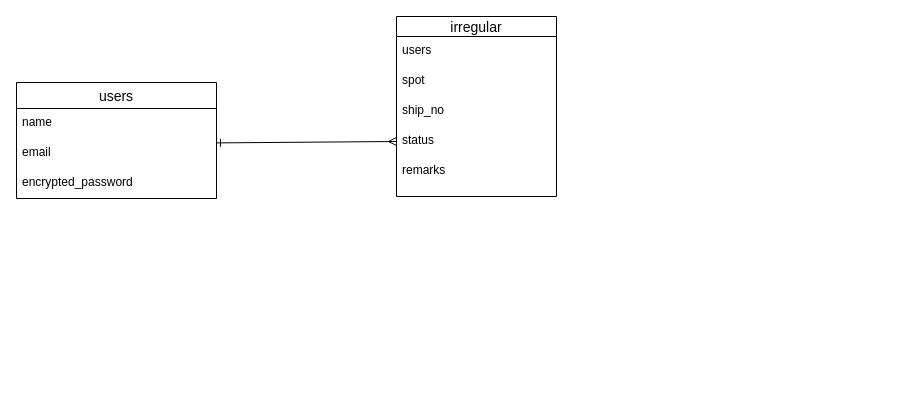
Before: irgl.dio in tsukasakaiko/irgl37303, a draw.io diagram. Source tidied: cells renumbered, new cells numbered last; positions are measured from the earlier drawing's top-left corner, leaving out a move shared by most shapes. Both pictures are drawn from the tidied source at 100%, with x=0, y=0 at pixel (16, 16).
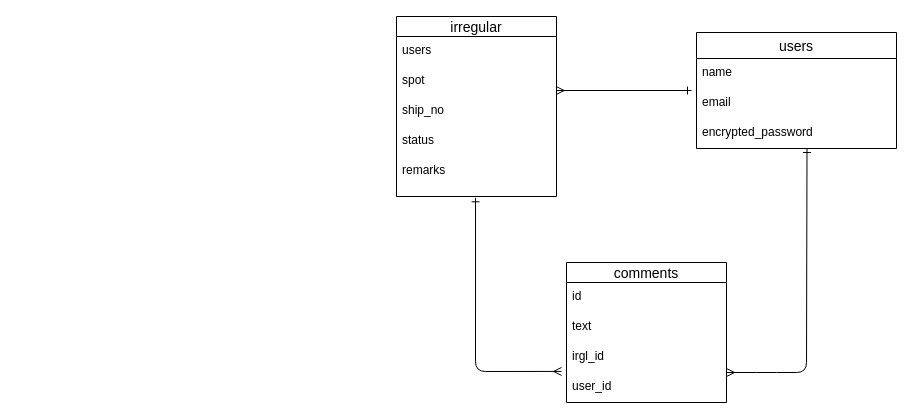
The same page after the edit.

Unchanged cells that the change refers to:
```xml
<mxCell id="4" value="email" style="text;strokeColor=none;fillColor=none;spacingLeft=4;spacingRight=4;overflow=hidden;points=[[0,0.5],[1,0.5]];portConstraint=eastwest;fontSize=12;" parent="2" vertex="1">
  <mxGeometry y="56" width="200" height="30" as="geometry" />
</mxCell>
<mxCell id="8" value="spot" style="text;strokeColor=none;fillColor=none;spacingLeft=4;spacingRight=4;overflow=hidden;points=[[0,0.5],[1,0.5]];portConstraint=eastwest;fontSize=12;" parent="6" vertex="1">
  <mxGeometry y="50" width="160" height="30" as="geometry" />
</mxCell>
<mxCell id="10" value="status" style="text;strokeColor=none;fillColor=none;spacingLeft=4;spacingRight=4;overflow=hidden;points=[[0,0.5],[1,0.5]];portConstraint=eastwest;fontSize=12;" parent="6" vertex="1">
  <mxGeometry y="110" width="160" height="30" as="geometry" />
</mxCell>
<mxCell id="11" value="remarks&#10;" style="text;strokeColor=none;fillColor=none;spacingLeft=4;spacingRight=4;overflow=hidden;points=[[0,0.5],[1,0.5]];portConstraint=eastwest;fontSize=12;" parent="6" vertex="1">
  <mxGeometry y="140" width="160" height="40" as="geometry" />
</mxCell>
```

The edit, as a diff of the source:
```diff
@@
     <mxCell id="2" value="users" style="swimlane;fontStyle=0;horizontal=1;startSize=26;align=center;fontSize=14;" parent="1" vertex="1">
-      <mxGeometry y="66" width="200" height="116" as="geometry" />
+      <mxGeometry x="680" y="16" width="200" height="116" as="geometry" />
     </mxCell>
@@
-    <mxCell id="12" style="edgeStyle=none;html=1;endArrow=ERmany;endFill=0;startArrow=ERone;startFill=0;exitX=1.004;exitY=0.148;exitDx=0;exitDy=0;exitPerimeter=0;entryX=0;entryY=0.5;entryDx=0;entryDy=0;" parent="1" edge="1" target="10">
-      <mxGeometry relative="1" as="geometry">
-        <mxPoint x="200" y="126.4" as="sourcePoint" />
-      </mxGeometry>
+    <mxCell id="12" style="edgeStyle=none;html=1;endArrow=ERmany;endFill=0;startArrow=ERone;startFill=0;entryX=0.998;entryY=0.8;entryDx=0;entryDy=0;entryPerimeter=0;exitX=-0.025;exitY=0.067;exitDx=0;exitDy=0;exitPerimeter=0;" parent="1" edge="1" source="4" target="8">
+      <mxGeometry relative="1" as="geometry" />
     </mxCell>
+    <mxCell id="13" value="comments" style="swimlane;fontStyle=0;horizontal=1;startSize=20;align=center;fontSize=14;" parent="1" vertex="1">
+      <mxGeometry x="550" y="246" width="160" height="140" as="geometry" />
+    </mxCell>
+    <mxCell id="14" value="id" style="text;strokeColor=none;fillColor=none;spacingLeft=4;spacingRight=4;overflow=hidden;fontSize=12;" parent="13" vertex="1">
+      <mxGeometry y="20" width="160" height="30" as="geometry" />
+    </mxCell>
+    <mxCell id="15" value="text" style="text;strokeColor=none;fillColor=none;spacingLeft=4;spacingRight=4;overflow=hidden;fontSize=12;" parent="13" vertex="1">
+      <mxGeometry y="50" width="160" height="30" as="geometry" />
+    </mxCell>
+    <mxCell id="16" value="irgl_id" style="text;strokeColor=none;fillColor=none;spacingLeft=4;spacingRight=4;overflow=hidden;fontSize=12;" parent="13" vertex="1">
+      <mxGeometry y="80" width="160" height="30" as="geometry" />
+    </mxCell>
+    <mxCell id="17" value="user_id" style="text;strokeColor=none;fillColor=none;spacingLeft=4;spacingRight=4;overflow=hidden;points=[[0,0.5],[1,0.5]];portConstraint=eastwest;fontSize=12;" parent="13" vertex="1">
+      <mxGeometry y="110" width="160" height="30" as="geometry" />
+    </mxCell>
+    <mxCell id="18" style="edgeStyle=none;html=1;endArrow=ERmany;endFill=0;startArrow=ERone;startFill=0;entryX=-0.031;entryY=-0.036;entryDx=0;entryDy=0;entryPerimeter=0;exitX=0.494;exitY=1.032;exitDx=0;exitDy=0;exitPerimeter=0;" parent="1" edge="1" source="11" target="17">
+      <mxGeometry relative="1" as="geometry">
+        <Array as="points">
+          <mxPoint x="459" y="355" />
+        </Array>
+      </mxGeometry>
+    </mxCell>
+    <mxCell id="19" style="edgeStyle=none;html=1;endArrow=ERmany;endFill=0;startArrow=ERone;startFill=0;entryX=1;entryY=0;entryDx=0;entryDy=0;entryPerimeter=0;exitX=0.494;exitY=1.032;exitDx=0;exitDy=0;exitPerimeter=0;" parent="1" edge="1" target="17">
+      <mxGeometry relative="1" as="geometry">
+        <mxPoint x="790.5" y="132" as="sourcePoint" />
+        <Array as="points">
+          <mxPoint x="790" y="356" />
+          <mxPoint x="750" y="356" />
+        </Array>
+      </mxGeometry>
+    </mxCell>
```
